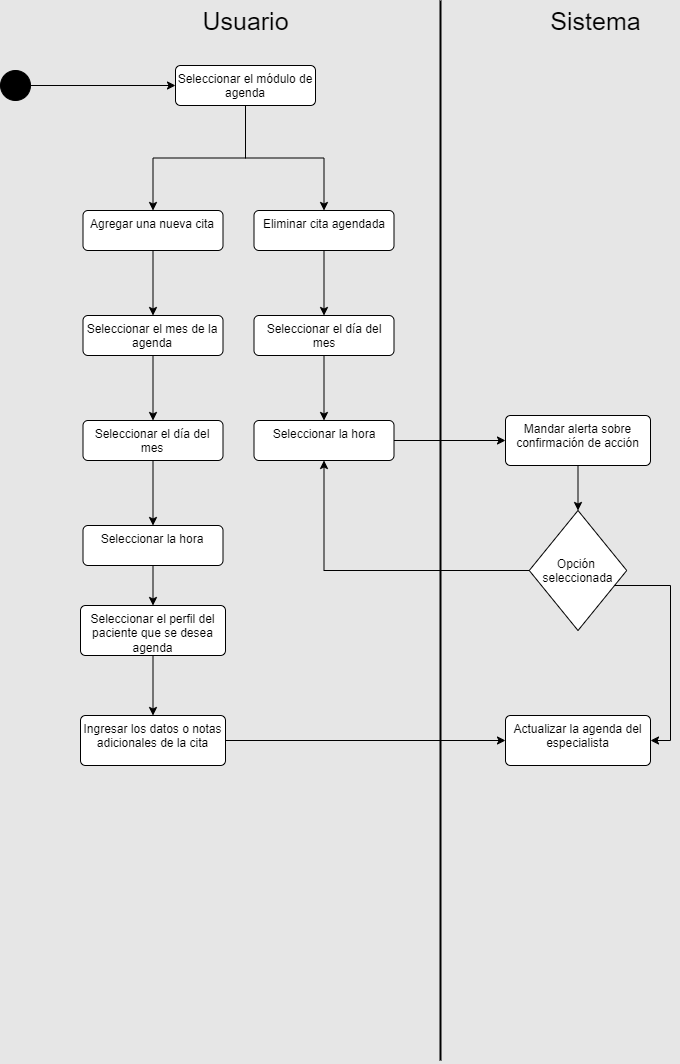
CH3MOO/SpecialityX keeps this draw.io diagram as Diagrama de actividad/Agenda.png. Above is the earlier version. Source tidied: cells renumbered, new cells last; positions are measured from the earlier drawing's top-left corner, leaving out a move shared by most shapes.
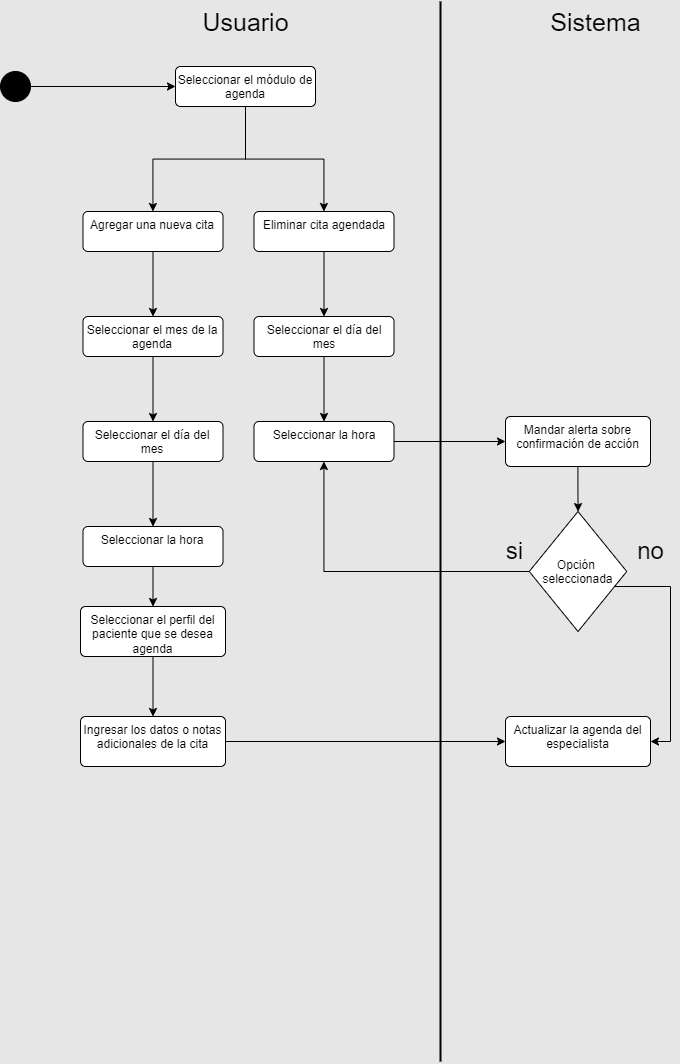
After the commit.

The edit, as a diff of the source:
```diff
@@ -106,5 +106,11 @@
     <mxCell id="33" value="Opción &#10;seleccionada" style="rhombus;" parent="1" vertex="1">
       <mxGeometry x="528.8" y="510" width="97.5" height="120" as="geometry" />
     </mxCell>
+    <mxCell id="34" value="si" style="text;html=1;align=center;verticalAlign=middle;strokeColor=none;fillColor=none;fontSize=24;" parent="1" vertex="1">
+      <mxGeometry x="493.8" y="530" width="40" height="40" as="geometry" />
+    </mxCell>
+    <mxCell id="35" value="no" style="text;html=1;align=center;verticalAlign=middle;strokeColor=none;fillColor=none;fontSize=24;" parent="1" vertex="1">
+      <mxGeometry x="625" y="530" width="50" height="40" as="geometry" />
+    </mxCell>
   </root>
 </mxGraphModel>
```
